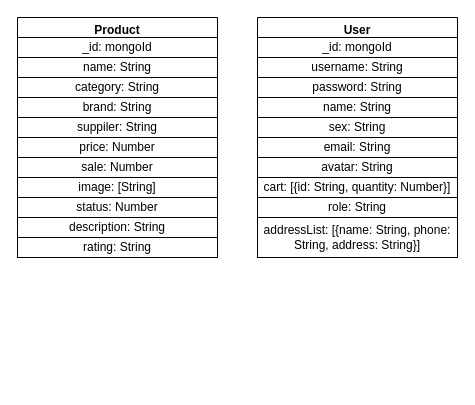
Before: fayaku-server/FayakuShop.drawio in Cloneee/Fayaku-shop, a draw.io diagram. Source tidied: cells renumbered, new cells numbered last; positions are measured from the earlier drawing's top-left corner, leaving out a move shared by most shapes. Both pictures are drawn from the tidied source at 100%, with x=0, y=0 at pixel (17, 17).
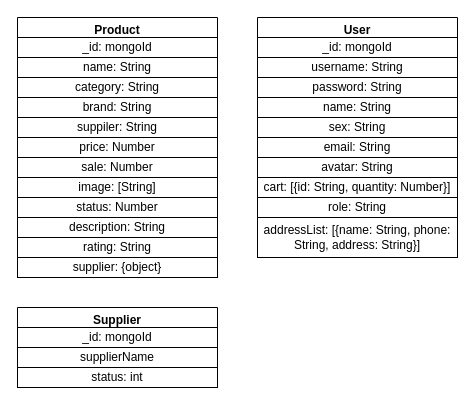
The same diagram, later.

Commit message:
Add Supplier Object

The change refers to these unchanged cells:
```xml
<mxCell id="2" value="Product" style="swimlane;" parent="1" vertex="1">
  <mxGeometry width="200" height="240" as="geometry" />
</mxCell>
```

Change to the diagram source:
```diff
@@
-    <mxCell id="10" value="status: Number" style="whiteSpace=wrap;html=1;rounded=0;shadow=0;sketch=0;glass=0;align=center;" parent="2" vertex="1">
-      <mxGeometry y="180" width="200" height="20" as="geometry" />
-    </mxCell>
@@
+    <mxCell id="25" value="status: Number" style="whiteSpace=wrap;html=1;rounded=0;shadow=0;sketch=0;glass=0;align=center;" parent="2" vertex="1">
+      <mxGeometry y="180" width="200" height="20" as="geometry" />
+    </mxCell>
@@
+    <mxCell id="10" value="supplier: {object}" style="whiteSpace=wrap;html=1;rounded=0;shadow=0;sketch=0;glass=0;align=center;" parent="1" vertex="1">
+      <mxGeometry y="240" width="200" height="20" as="geometry" />
+    </mxCell>
+    <mxCell id="26" value="Supplier" style="swimlane;" parent="1" vertex="1">
+      <mxGeometry y="290" width="200" height="80" as="geometry" />
+    </mxCell>
+    <mxCell id="27" value="_id: mongoId" style="whiteSpace=wrap;html=1;rounded=0;shadow=0;sketch=0;glass=0;align=center;" parent="26" vertex="1">
+      <mxGeometry y="20" width="200" height="20" as="geometry" />
+    </mxCell>
+    <mxCell id="28" value="supplierName" style="whiteSpace=wrap;html=1;rounded=0;shadow=0;sketch=0;glass=0;align=center;" parent="26" vertex="1">
+      <mxGeometry y="40" width="200" height="20" as="geometry" />
+    </mxCell>
+    <mxCell id="29" value="status: int" style="whiteSpace=wrap;html=1;rounded=0;shadow=0;sketch=0;glass=0;align=center;" parent="26" vertex="1">
+      <mxGeometry y="60" width="200" height="20" as="geometry" />
+    </mxCell>
```
